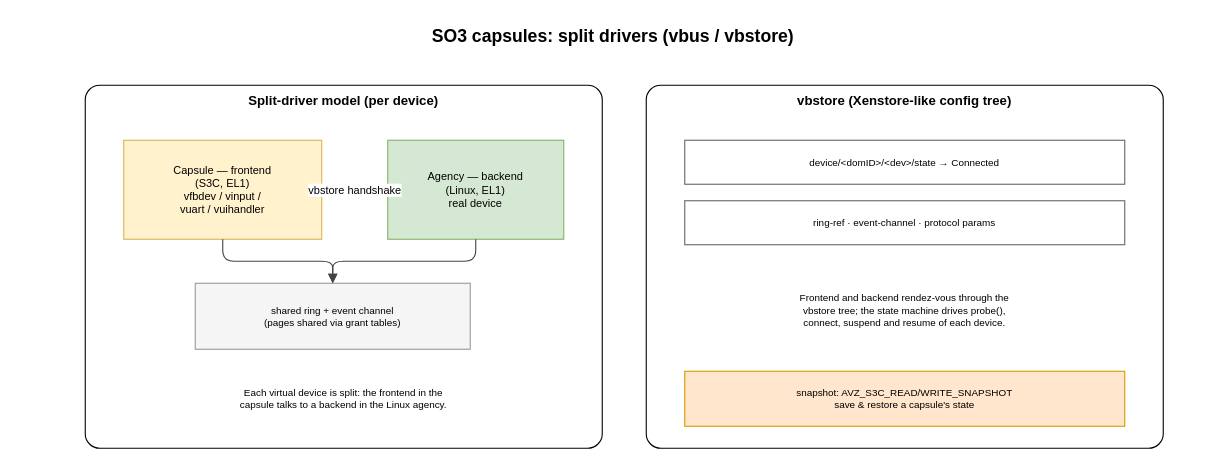
Above: page "capsule" (8 of 11) of doc/source/img/so3.drawio in smartobjectoriented/so3 (draw.io), before the change. Source tidied: cells renumbered, new cells numbered last; positions are measured from the earlier drawing's top-left corner, leaving out a move shared by most shapes. Both pictures are drawn from the tidied source at 110%, with x=0, y=0 at pixel (19, 19).
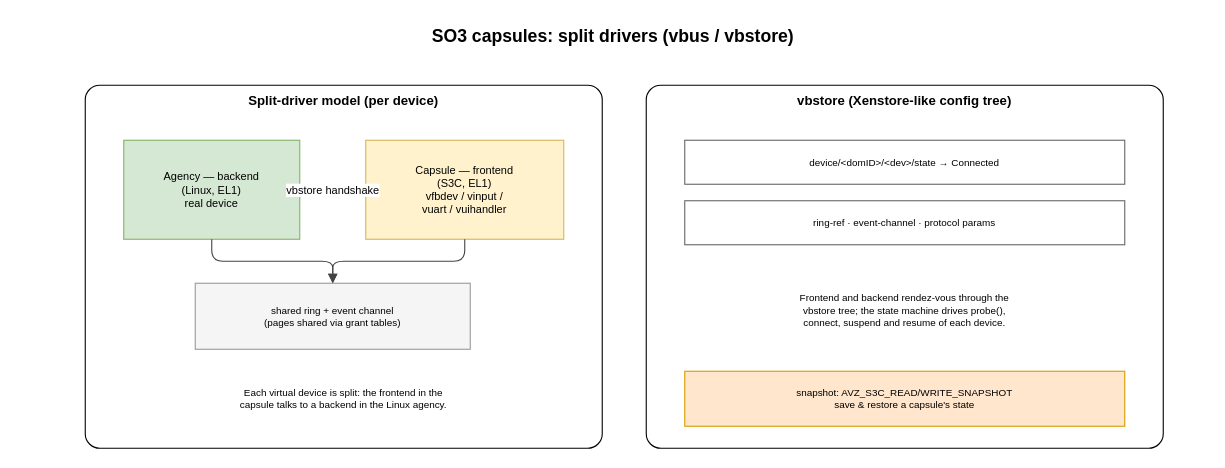
The same page after the edit.

Commit message (it also covers changes not shown here):
doc: agency-left/capsule-right in the capsule diagram; logo contrast

Diff of the diagram source:
```diff
@@
 <mxGraphModel>
   <root>
     <mxCell id="0" />
     <mxCell id="1" parent="0" />
     <mxCell id="2" value="SO3 capsules: split drivers (vbus / vbstore)" style="text;html=1;whiteSpace=wrap;align=center;verticalAlign=middle;fontSize=16;fontStyle=1;" parent="1" vertex="1">
       <mxGeometry width="1080" height="30" as="geometry" />
     </mxCell>
     <mxCell id="3" value="Split-driver model (per device)" style="rounded=1;whiteSpace=wrap;html=1;arcSize=4;verticalAlign=top;fontStyle=1;fontSize=12;fontStyle=1;" parent="1" vertex="1">
       <mxGeometry x="60" y="60" width="470" height="330" as="geometry" />
     </mxCell>
-    <mxCell id="4" value="Capsule — frontend&#10;(S3C, EL1)&#10;vfbdev / vinput /&#10;vuart / vuihandler" style="fillColor=#fff2cc;strokeColor=#d6b656;fontSize=10;" parent="1" vertex="1">
-      <mxGeometry x="95" y="110" width="180" height="90" as="geometry" />
+    <mxCell id="4" value="Agency — backend&#10;(Linux, EL1)&#10;real device" style="fillColor=#d5e8d4;strokeColor=#82b366;fontSize=10;" parent="1" vertex="1">
+      <mxGeometry x="95" y="110" width="160" height="90" as="geometry" />
     </mxCell>
-    <mxCell id="5" value="Agency — backend&#10;(Linux, EL1)&#10;real device" style="fillColor=#d5e8d4;strokeColor=#82b366;fontSize=10;" parent="1" vertex="1">
-      <mxGeometry x="335" y="110" width="160" height="90" as="geometry" />
+    <mxCell id="5" value="Capsule — frontend&#10;(S3C, EL1)&#10;vfbdev / vinput /&#10;vuart / vuihandler" style="fillColor=#fff2cc;strokeColor=#d6b656;fontSize=10;" parent="1" vertex="1">
+      <mxGeometry x="315" y="110" width="180" height="90" as="geometry" />
     </mxCell>
     <mxCell id="6" value="shared ring + event channel&#10;(pages shared via grant tables)" style="fillColor=#f5f5f5;strokeColor=#999999;fontSize=9;" parent="1" vertex="1">
       <mxGeometry x="160" y="240" width="250" height="60" as="geometry" />
     </mxCell>
-    <mxCell id="7" value="vbstore handshake" style="edgeStyle=orthogonalEdgeStyle;rounded=1;html=1;endArrow=block;strokeColor=#444444;fontSize=10;dashed=1;" parent="1" edge="1" source="4" target="5">
+    <mxCell id="7" value="vbstore handshake" style="edgeStyle=orthogonalEdgeStyle;rounded=1;html=1;endArrow=block;strokeColor=#444444;fontSize=10;dashed=1;" parent="1" edge="1" source="5" target="4">
       <mxGeometry relative="1" as="geometry" />
     </mxCell>
-    <mxCell id="8" style="edgeStyle=orthogonalEdgeStyle;rounded=1;html=1;endArrow=block;strokeColor=#444444;fontSize=10;" parent="1" edge="1" source="4" target="6">
+    <mxCell id="8" style="edgeStyle=orthogonalEdgeStyle;rounded=1;html=1;endArrow=block;strokeColor=#444444;fontSize=10;" parent="1" edge="1" source="5" target="6">
       <mxGeometry relative="1" as="geometry" />
     </mxCell>
-    <mxCell id="9" style="edgeStyle=orthogonalEdgeStyle;rounded=1;html=1;endArrow=block;strokeColor=#444444;fontSize=10;" parent="1" edge="1" source="5" target="6">
+    <mxCell id="9" style="edgeStyle=orthogonalEdgeStyle;rounded=1;html=1;endArrow=block;strokeColor=#444444;fontSize=10;" parent="1" edge="1" source="4" target="6">
       <mxGeometry relative="1" as="geometry" />
     </mxCell>
     <mxCell id="10" value="Each virtual device is split: the frontend in the&#10;capsule talks to a backend in the Linux agency." style="text;html=1;whiteSpace=wrap;align=center;verticalAlign=middle;fontSize=9;" parent="1" vertex="1">
       <mxGeometry x="95" y="320" width="400" height="50" as="geometry" />
     </mxCell>
     <mxCell id="11" value="vbstore  (Xenstore-like config tree)" style="rounded=1;whiteSpace=wrap;html=1;arcSize=4;verticalAlign=top;fontStyle=1;fontSize=12;fontStyle=1;" parent="1" vertex="1">
       <mxGeometry x="570" y="60" width="470" height="330" as="geometry" />
     </mxCell>
     <mxCell id="12" value="device/&lt;domID&gt;/&lt;dev&gt;/state  →  Connected" style="fillColor=#ffffff;strokeColor=#666666;fontSize=9;" parent="1" vertex="1">
       <mxGeometry x="605" y="110" width="400" height="40" as="geometry" />
     </mxCell>
     <mxCell id="13" value="ring-ref · event-channel · protocol params" style="fillColor=#ffffff;strokeColor=#666666;fontSize=9;" parent="1" vertex="1">
       <mxGeometry x="605" y="165" width="400" height="40" as="geometry" />
     </mxCell>
     <mxCell id="14" value="Frontend and backend rendez-vous through the&#10;vbstore tree; the state machine drives probe(),&#10;connect, suspend and resume of each device." style="text;html=1;whiteSpace=wrap;align=center;verticalAlign=middle;fontSize=9;" parent="1" vertex="1">
       <mxGeometry x="605" y="220" width="400" height="90" as="geometry" />
     </mxCell>
     <mxCell id="15" value="snapshot: AVZ_S3C_READ/WRITE_SNAPSHOT&#10;save &amp; restore a capsule's state" style="fillColor=#ffe6cc;strokeColor=#d79b00;fontSize=9;" parent="1" vertex="1">
       <mxGeometry x="605" y="320" width="400" height="50" as="geometry" />
     </mxCell>
   </root>
 </mxGraphModel>
```
